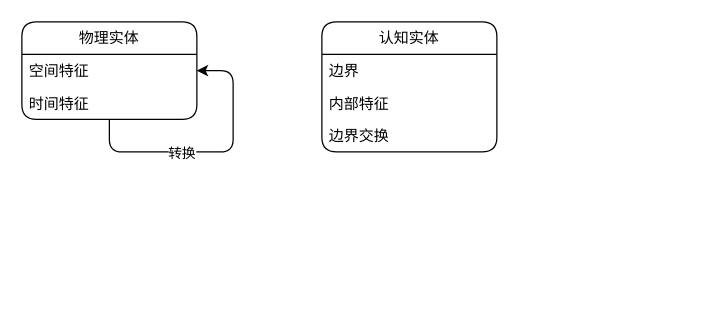
Before: page "实体" (1 of 2) of base_model/实体和语言.drawio in cyxm/CodeGenerator, a draw.io diagram. Source tidied: cells renumbered, new cells numbered last; positions are measured from the earlier drawing's top-left corner, leaving out a move shared by most shapes. Both pictures are drawn from the tidied source at 125%, with x=0, y=0 at pixel (21, 21).
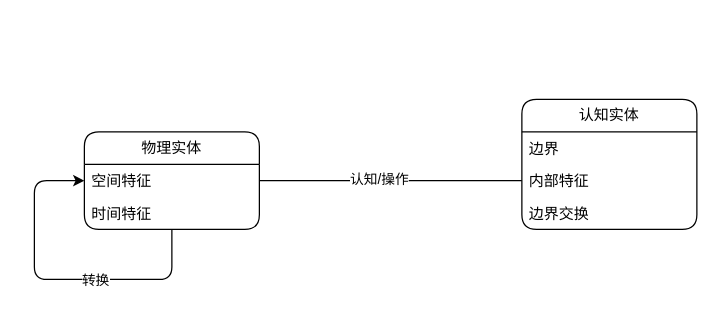
The same page after the edit.

Change to the diagram source:
```diff
@@
 <mxGraphModel>
   <root>
     <mxCell id="0" />
     <mxCell id="1" parent="0" />
     <mxCell id="2" value="物理实体" style="swimlane;fontStyle=0;horizontal=1;startSize=26;whiteSpace=wrap;html=1;rounded=1;" parent="1" vertex="1">
-      <mxGeometry width="140" height="78" as="geometry" />
+      <mxGeometry x="50" y="88" width="140" height="78" as="geometry" />
     </mxCell>
     <mxCell id="3" value="空间特征" style="text;strokeColor=none;fillColor=none;align=left;verticalAlign=top;spacingLeft=4;spacingRight=4;overflow=hidden;points=[[0,0.5],[1,0.5]];portConstraint=eastwest;whiteSpace=wrap;html=1;rounded=1;" parent="2" vertex="1">
       <mxGeometry y="26" width="140" height="26" as="geometry" />
     </mxCell>
     <mxCell id="4" value="时间特征" style="text;strokeColor=none;fillColor=none;align=left;verticalAlign=top;spacingLeft=4;spacingRight=4;overflow=hidden;whiteSpace=wrap;html=1;rounded=1;" parent="2" vertex="1">
       <mxGeometry y="52" width="140" height="26" as="geometry" />
     </mxCell>
+    <mxCell id="9" style="edgeStyle=orthogonalEdgeStyle;rounded=1;jettySize=auto;html=1;exitX=0.5;exitY=1;exitDx=0;exitDy=0;entryX=0;entryY=0.5;entryDx=0;entryDy=0;" parent="2" edge="1" source="2" target="3">
+      <mxGeometry relative="1" as="geometry">
+        <Array as="points">
+          <mxPoint x="70" y="118" />
+          <mxPoint x="-40" y="118" />
+          <mxPoint x="-40" y="39" />
+        </Array>
+      </mxGeometry>
+    </mxCell>
+    <mxCell id="10" value="转换" style="edgeLabel;html=1;align=center;verticalAlign=middle;rounded=1;" parent="9" vertex="1">
+      <mxGeometry x="-0.24" relative="1" as="geometry" />
+    </mxCell>
     <mxCell id="5" value="认知实体" style="swimlane;fontStyle=0;horizontal=1;startSize=26;fillColor=none;whiteSpace=wrap;html=1;rounded=1;" parent="1" vertex="1">
-      <mxGeometry x="240" width="140" height="104" as="geometry" />
+      <mxGeometry x="400" y="62" width="140" height="104" as="geometry" />
     </mxCell>
     <mxCell id="6" value="边界" style="text;strokeColor=none;fillColor=none;align=left;verticalAlign=top;spacingLeft=4;spacingRight=4;overflow=hidden;whiteSpace=wrap;html=1;rounded=1;" parent="5" vertex="1">
       <mxGeometry y="26" width="140" height="26" as="geometry" />
     </mxCell>
     <mxCell id="7" value="内部特征" style="text;strokeColor=none;fillColor=none;align=left;verticalAlign=top;spacingLeft=4;spacingRight=4;overflow=hidden;points=[[0,0.5],[1,0.5]];portConstraint=eastwest;whiteSpace=wrap;html=1;rounded=1;" parent="5" vertex="1">
       <mxGeometry y="52" width="140" height="26" as="geometry" />
     </mxCell>
     <mxCell id="8" value="边界交换" style="text;strokeColor=none;fillColor=none;align=left;verticalAlign=top;spacingLeft=4;spacingRight=4;overflow=hidden;whiteSpace=wrap;html=1;rounded=1;" parent="5" vertex="1">
       <mxGeometry y="78" width="140" height="26" as="geometry" />
     </mxCell>
-    <mxCell id="9" style="edgeStyle=orthogonalEdgeStyle;rounded=1;orthogonalLoop=1;jettySize=auto;html=1;entryX=1;entryY=0.5;entryDx=0;entryDy=0;exitX=0.5;exitY=1;exitDx=0;exitDy=0;" parent="1" edge="1" source="2" target="2">
-      <mxGeometry relative="1" as="geometry">
-        <Array as="points">
-          <mxPoint x="70" y="104" />
-          <mxPoint x="169" y="104" />
-          <mxPoint x="169" y="39" />
-        </Array>
-      </mxGeometry>
-    </mxCell>
-    <mxCell id="10" value="转换" style="edgeLabel;html=1;align=center;verticalAlign=middle;rounded=1;" parent="9" vertex="1">
-      <mxGeometry x="-0.24" relative="1" as="geometry" />
-    </mxCell>
+    <mxCell id="11" style="endArrow=none;html=1;rounded=0;exitX=1;exitY=0.5;exitDx=0;exitDy=0;entryX=0;entryY=0.5;entryDx=0;entryDy=0;" parent="1" edge="1" source="2" target="7">
+      <mxGeometry relative="1" as="geometry" />
+    </mxCell>
+    <mxCell id="12" value="认知/操作" style="edgeLabel;html=1;align=center;verticalAlign=middle;" parent="11" vertex="1">
+      <mxGeometry x="-0.1" y="2" relative="1" as="geometry" />
+    </mxCell>
   </root>
 </mxGraphModel>
```
